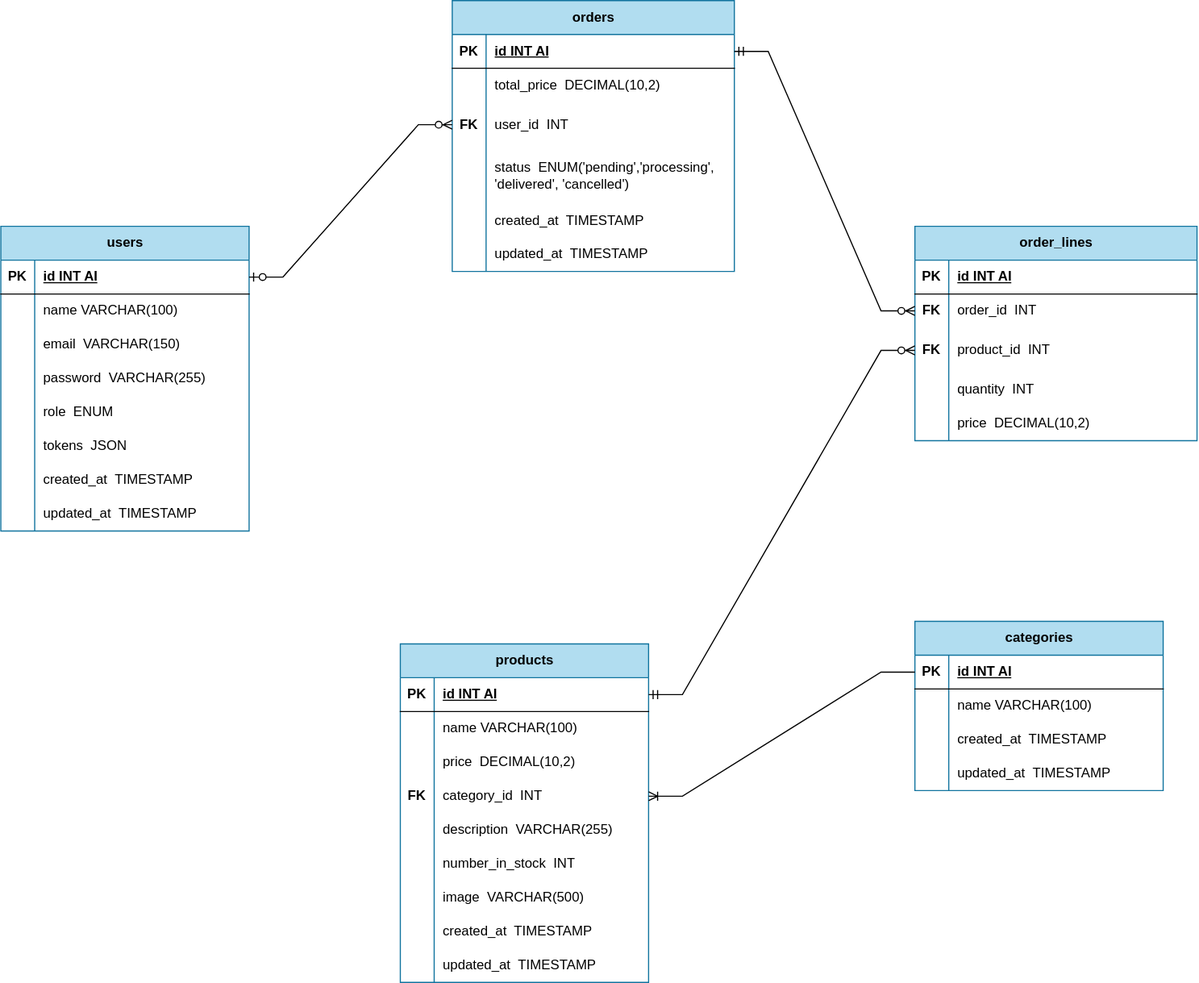
Before: docs/Fashion Store-Database Schema V1.0.drawio.svg, a diagram exported from draw.io (Wahab-Al/Fashion-API). Source tidied: cells renumbered, new cells last; positions are measured from the earlier drawing's top-left corner, leaving out a move shared by most shapes.
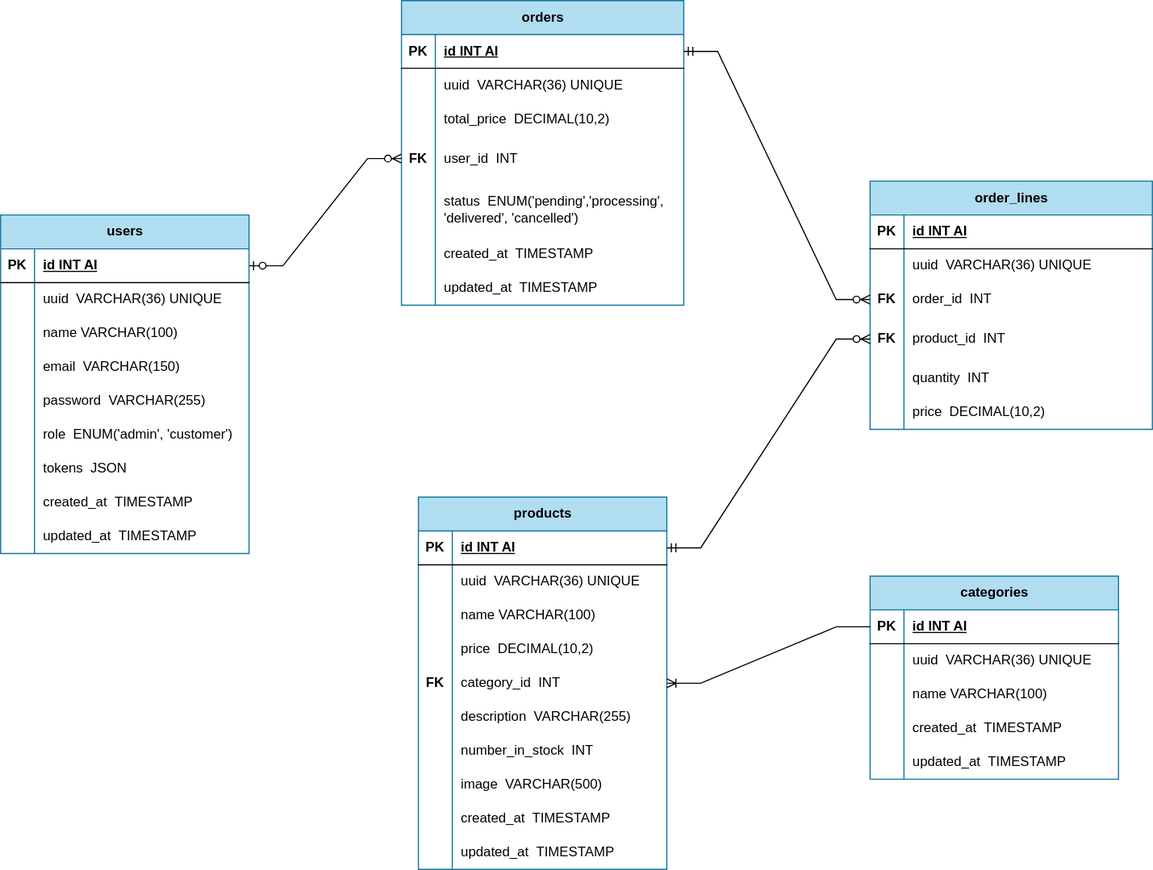
Above is the later version.

Diff of the diagram source:
```diff
@@ -5,3 +5,3 @@
     <mxCell id="2" value="users" style="shape=table;startSize=30;rowLines=0;fontStyle=1;align=center;html=1;fillColor=#b1ddf0;strokeColor=#10739e;" parent="1" vertex="1">
-      <mxGeometry y="200" width="220" height="270" as="geometry" />
+      <mxGeometry x="-260" y="210" width="220" height="300" as="geometry" />
     </mxCell>
@@ -16,4 +16,13 @@
     </mxCell>
+    <mxCell id="107" style="shape=tableRow;horizontal=0;startSize=0;swimlaneHead=0;swimlaneBody=0;fillColor=none;top=0;left=0;right=0;bottom=0;" parent="2" vertex="1">
+      <mxGeometry y="60" width="220" height="30" as="geometry" />
+    </mxCell>
+    <mxCell id="108" style="shape=partialRectangle;fillColor=none;top=0;left=0;bottom=0;right=0;overflow=hidden;whiteSpace=wrap;html=1;" parent="107" vertex="1">
+      <mxGeometry width="30" height="30" as="geometry" />
+    </mxCell>
+    <mxCell id="109" value="uuid&amp;nbsp; VARCHAR(36) UNIQUE" style="shape=partialRectangle;fillColor=none;top=0;left=0;bottom=0;right=0;align=left;spacingLeft=6;overflow=hidden;whiteSpace=wrap;html=1;" parent="107" vertex="1">
+      <mxGeometry x="30" width="190" height="30" as="geometry" />
+    </mxCell>
     <mxCell id="6" style="shape=tableRow;horizontal=0;startSize=0;swimlaneHead=0;swimlaneBody=0;fillColor=none;top=0;left=0;right=0;bottom=0;" parent="2" vertex="1">
-      <mxGeometry y="60" width="220" height="30" as="geometry" />
+      <mxGeometry y="90" width="220" height="30" as="geometry" />
     </mxCell>
@@ -26,3 +35,3 @@
     <mxCell id="9" style="shape=tableRow;horizontal=0;startSize=0;swimlaneHead=0;swimlaneBody=0;fillColor=none;top=0;left=0;right=0;bottom=0;" parent="2" vertex="1">
-      <mxGeometry y="90" width="220" height="30" as="geometry" />
+      <mxGeometry y="120" width="220" height="30" as="geometry" />
     </mxCell>
@@ -35,3 +44,3 @@
     <mxCell id="12" style="shape=tableRow;horizontal=0;startSize=0;swimlaneHead=0;swimlaneBody=0;fillColor=none;top=0;left=0;right=0;bottom=0;" parent="2" vertex="1">
-      <mxGeometry y="120" width="220" height="30" as="geometry" />
+      <mxGeometry y="150" width="220" height="30" as="geometry" />
     </mxCell>
@@ -44,3 +53,3 @@
     <mxCell id="15" style="shape=tableRow;horizontal=0;startSize=0;swimlaneHead=0;swimlaneBody=0;fillColor=none;top=0;left=0;right=0;bottom=0;" parent="2" vertex="1">
-      <mxGeometry y="150" width="220" height="30" as="geometry" />
+      <mxGeometry y="180" width="220" height="30" as="geometry" />
     </mxCell>
@@ -49,3 +58,3 @@
     </mxCell>
-    <mxCell id="17" value="role&amp;nbsp;&amp;nbsp;ENUM" style="shape=partialRectangle;fillColor=none;top=0;left=0;bottom=0;right=0;align=left;spacingLeft=6;overflow=hidden;whiteSpace=wrap;html=1;" parent="15" vertex="1">
+    <mxCell id="17" value="role&amp;nbsp;&amp;nbsp;ENUM('admin', 'customer')" style="shape=partialRectangle;fillColor=none;top=0;left=0;bottom=0;right=0;align=left;spacingLeft=6;overflow=hidden;whiteSpace=wrap;html=1;" parent="15" vertex="1">
       <mxGeometry x="30" width="190" height="30" as="geometry" />
@@ -53,3 +62,3 @@
     <mxCell id="18" style="shape=tableRow;horizontal=0;startSize=0;swimlaneHead=0;swimlaneBody=0;fillColor=none;top=0;left=0;right=0;bottom=0;" parent="2" vertex="1">
-      <mxGeometry y="180" width="220" height="30" as="geometry" />
+      <mxGeometry y="210" width="220" height="30" as="geometry" />
     </mxCell>
@@ -62,3 +71,3 @@
     <mxCell id="21" style="shape=tableRow;horizontal=0;startSize=0;swimlaneHead=0;swimlaneBody=0;fillColor=none;top=0;left=0;right=0;bottom=0;" parent="2" vertex="1">
-      <mxGeometry y="210" width="220" height="30" as="geometry" />
+      <mxGeometry y="240" width="220" height="30" as="geometry" />
     </mxCell>
@@ -71,3 +80,3 @@
     <mxCell id="24" style="shape=tableRow;horizontal=0;startSize=0;swimlaneHead=0;swimlaneBody=0;fillColor=none;top=0;left=0;right=0;bottom=0;" parent="2" vertex="1">
-      <mxGeometry y="240" width="220" height="30" as="geometry" />
+      <mxGeometry y="270" width="220" height="30" as="geometry" />
     </mxCell>
@@ -80,3 +89,3 @@
     <mxCell id="27" value="products" style="shape=table;startSize=30;rowLines=0;fontStyle=1;align=center;html=1;fillColor=#b1ddf0;strokeColor=#10739e;" parent="1" vertex="1">
-      <mxGeometry x="354" y="570" width="220" height="300" as="geometry" />
+      <mxGeometry x="110" y="460" width="220" height="330" as="geometry" />
     </mxCell>
@@ -91,4 +100,13 @@
     </mxCell>
+    <mxCell id="110" style="shape=tableRow;horizontal=0;startSize=0;swimlaneHead=0;swimlaneBody=0;fillColor=none;top=0;left=0;right=0;bottom=0;" parent="27" vertex="1">
+      <mxGeometry y="60" width="220" height="30" as="geometry" />
+    </mxCell>
+    <mxCell id="111" style="shape=partialRectangle;fillColor=none;top=0;left=0;bottom=0;right=0;overflow=hidden;whiteSpace=wrap;html=1;" parent="110" vertex="1">
+      <mxGeometry width="30" height="30" as="geometry" />
+    </mxCell>
+    <mxCell id="112" value="uuid&amp;nbsp; VARCHAR(36) UNIQUE" style="shape=partialRectangle;fillColor=none;top=0;left=0;bottom=0;right=0;align=left;spacingLeft=6;overflow=hidden;whiteSpace=wrap;html=1;" parent="110" vertex="1">
+      <mxGeometry x="30" width="190" height="30" as="geometry" />
+    </mxCell>
     <mxCell id="31" style="shape=tableRow;horizontal=0;startSize=0;swimlaneHead=0;swimlaneBody=0;fillColor=none;top=0;left=0;right=0;bottom=0;" parent="27" vertex="1">
-      <mxGeometry y="60" width="220" height="30" as="geometry" />
+      <mxGeometry y="90" width="220" height="30" as="geometry" />
     </mxCell>
@@ -101,3 +119,3 @@
     <mxCell id="34" style="shape=tableRow;horizontal=0;startSize=0;swimlaneHead=0;swimlaneBody=0;fillColor=none;top=0;left=0;right=0;bottom=0;" parent="27" vertex="1">
-      <mxGeometry y="90" width="220" height="30" as="geometry" />
+      <mxGeometry y="120" width="220" height="30" as="geometry" />
     </mxCell>
@@ -110,3 +128,3 @@
     <mxCell id="37" style="shape=tableRow;horizontal=0;startSize=0;swimlaneHead=0;swimlaneBody=0;fillColor=none;points=[[0,0.5],[1,0.5]];portConstraint=eastwest;top=0;left=0;right=0;bottom=0;" parent="27" vertex="1">
-      <mxGeometry y="120" width="220" height="30" as="geometry" />
+      <mxGeometry y="150" width="220" height="30" as="geometry" />
     </mxCell>
@@ -119,3 +137,3 @@
     <mxCell id="40" style="shape=tableRow;horizontal=0;startSize=0;swimlaneHead=0;swimlaneBody=0;fillColor=none;top=0;left=0;right=0;bottom=0;" parent="27" vertex="1">
-      <mxGeometry y="150" width="220" height="30" as="geometry" />
+      <mxGeometry y="180" width="220" height="30" as="geometry" />
     </mxCell>
@@ -128,3 +146,3 @@
     <mxCell id="43" style="shape=tableRow;horizontal=0;startSize=0;swimlaneHead=0;swimlaneBody=0;fillColor=none;top=0;left=0;right=0;bottom=0;" parent="27" vertex="1">
-      <mxGeometry y="180" width="220" height="30" as="geometry" />
+      <mxGeometry y="210" width="220" height="30" as="geometry" />
     </mxCell>
@@ -137,3 +155,3 @@
     <mxCell id="46" style="shape=tableRow;horizontal=0;startSize=0;swimlaneHead=0;swimlaneBody=0;fillColor=none;top=0;left=0;right=0;bottom=0;" parent="27" vertex="1">
-      <mxGeometry y="210" width="220" height="30" as="geometry" />
+      <mxGeometry y="240" width="220" height="30" as="geometry" />
     </mxCell>
@@ -146,3 +164,3 @@
     <mxCell id="49" style="shape=tableRow;horizontal=0;startSize=0;swimlaneHead=0;swimlaneBody=0;fillColor=none;top=0;left=0;right=0;bottom=0;" parent="27" vertex="1">
-      <mxGeometry y="240" width="220" height="30" as="geometry" />
+      <mxGeometry y="270" width="220" height="30" as="geometry" />
     </mxCell>
@@ -155,3 +173,3 @@
     <mxCell id="52" style="shape=tableRow;horizontal=0;startSize=0;swimlaneHead=0;swimlaneBody=0;fillColor=none;top=0;left=0;right=0;bottom=0;" parent="27" vertex="1">
-      <mxGeometry y="270" width="220" height="30" as="geometry" />
+      <mxGeometry y="300" width="220" height="30" as="geometry" />
     </mxCell>
@@ -164,3 +182,3 @@
     <mxCell id="55" value="categories" style="shape=table;startSize=30;rowLines=0;fontStyle=1;align=center;html=1;fillColor=#b1ddf0;strokeColor=#10739e;" parent="1" vertex="1">
-      <mxGeometry x="810" y="550" width="220" height="150" as="geometry" />
+      <mxGeometry x="510" y="530" width="220" height="180" as="geometry" />
     </mxCell>
@@ -175,4 +193,13 @@
     </mxCell>
+    <mxCell id="113" style="shape=tableRow;horizontal=0;startSize=0;swimlaneHead=0;swimlaneBody=0;fillColor=none;top=0;left=0;right=0;bottom=0;" parent="55" vertex="1">
+      <mxGeometry y="60" width="220" height="30" as="geometry" />
+    </mxCell>
+    <mxCell id="114" style="shape=partialRectangle;fillColor=none;top=0;left=0;bottom=0;right=0;overflow=hidden;whiteSpace=wrap;html=1;" parent="113" vertex="1">
+      <mxGeometry width="30" height="30" as="geometry" />
+    </mxCell>
+    <mxCell id="115" value="uuid&amp;nbsp; VARCHAR(36) UNIQUE" style="shape=partialRectangle;fillColor=none;top=0;left=0;bottom=0;right=0;align=left;spacingLeft=6;overflow=hidden;whiteSpace=wrap;html=1;" parent="113" vertex="1">
+      <mxGeometry x="30" width="190" height="30" as="geometry" />
+    </mxCell>
     <mxCell id="59" style="shape=tableRow;horizontal=0;startSize=0;swimlaneHead=0;swimlaneBody=0;fillColor=none;top=0;left=0;right=0;bottom=0;" parent="55" vertex="1">
-      <mxGeometry y="60" width="220" height="30" as="geometry" />
+      <mxGeometry y="90" width="220" height="30" as="geometry" />
     </mxCell>
@@ -185,3 +212,3 @@
     <mxCell id="62" style="shape=tableRow;horizontal=0;startSize=0;swimlaneHead=0;swimlaneBody=0;fillColor=none;top=0;left=0;right=0;bottom=0;" parent="55" vertex="1">
-      <mxGeometry y="90" width="220" height="30" as="geometry" />
+      <mxGeometry y="120" width="220" height="30" as="geometry" />
     </mxCell>
@@ -194,3 +221,3 @@
     <mxCell id="65" style="shape=tableRow;horizontal=0;startSize=0;swimlaneHead=0;swimlaneBody=0;fillColor=none;top=0;left=0;right=0;bottom=0;" parent="55" vertex="1">
-      <mxGeometry y="120" width="220" height="30" as="geometry" />
+      <mxGeometry y="150" width="220" height="30" as="geometry" />
     </mxCell>
@@ -203,3 +230,3 @@
     <mxCell id="68" value="orders" style="shape=table;startSize=30;rowLines=0;fontStyle=1;align=center;html=1;fillColor=#b1ddf0;strokeColor=#10739e;" parent="1" vertex="1">
-      <mxGeometry x="400" width="250" height="240" as="geometry" />
+      <mxGeometry x="95" y="20" width="250" height="270" as="geometry" />
     </mxCell>
@@ -214,4 +241,13 @@
     </mxCell>
+    <mxCell id="116" style="shape=tableRow;horizontal=0;startSize=0;swimlaneHead=0;swimlaneBody=0;fillColor=none;top=0;left=0;right=0;bottom=0;" parent="68" vertex="1">
+      <mxGeometry y="60" width="250" height="30" as="geometry" />
+    </mxCell>
+    <mxCell id="117" style="shape=partialRectangle;fillColor=none;top=0;left=0;bottom=0;right=0;overflow=hidden;whiteSpace=wrap;html=1;" parent="116" vertex="1">
+      <mxGeometry width="30" height="30" as="geometry" />
+    </mxCell>
+    <mxCell id="118" value="uuid&amp;nbsp; VARCHAR(36) UNIQUE" style="shape=partialRectangle;fillColor=none;top=0;left=0;bottom=0;right=0;align=left;spacingLeft=6;overflow=hidden;whiteSpace=wrap;html=1;" parent="116" vertex="1">
+      <mxGeometry x="30" width="220" height="30" as="geometry" />
+    </mxCell>
     <mxCell id="72" style="shape=tableRow;horizontal=0;startSize=0;swimlaneHead=0;swimlaneBody=0;fillColor=none;top=0;left=0;right=0;bottom=0;" parent="68" vertex="1">
-      <mxGeometry y="60" width="250" height="30" as="geometry" />
+      <mxGeometry y="90" width="250" height="30" as="geometry" />
     </mxCell>
@@ -224,3 +260,3 @@
     <mxCell id="75" style="shape=tableRow;horizontal=0;startSize=0;swimlaneHead=0;swimlaneBody=0;fillColor=none;points=[[0,0.5],[1,0.5]];portConstraint=eastwest;top=0;left=0;right=0;bottom=0;" parent="68" vertex="1">
-      <mxGeometry y="90" width="250" height="40" as="geometry" />
+      <mxGeometry y="120" width="250" height="40" as="geometry" />
     </mxCell>
@@ -233,3 +269,3 @@
     <mxCell id="78" style="shape=tableRow;horizontal=0;startSize=0;swimlaneHead=0;swimlaneBody=0;fillColor=none;top=0;left=0;right=0;bottom=0;" parent="68" vertex="1">
-      <mxGeometry y="130" width="250" height="50" as="geometry" />
+      <mxGeometry y="160" width="250" height="50" as="geometry" />
     </mxCell>
@@ -242,3 +278,3 @@
     <mxCell id="81" style="shape=tableRow;horizontal=0;startSize=0;swimlaneHead=0;swimlaneBody=0;fillColor=none;top=0;left=0;right=0;bottom=0;" parent="68" vertex="1">
-      <mxGeometry y="180" width="250" height="30" as="geometry" />
+      <mxGeometry y="210" width="250" height="30" as="geometry" />
     </mxCell>
@@ -251,3 +287,3 @@
     <mxCell id="84" style="shape=tableRow;horizontal=0;startSize=0;swimlaneHead=0;swimlaneBody=0;fillColor=none;top=0;left=0;right=0;bottom=0;" parent="68" vertex="1">
-      <mxGeometry y="210" width="250" height="30" as="geometry" />
+      <mxGeometry y="240" width="250" height="30" as="geometry" />
     </mxCell>
@@ -260,3 +296,3 @@
     <mxCell id="87" value="order_lines" style="shape=table;startSize=30;rowLines=0;fontStyle=1;align=center;html=1;fillColor=#b1ddf0;strokeColor=#10739e;" parent="1" vertex="1">
-      <mxGeometry x="810" y="200" width="250" height="190" as="geometry" />
+      <mxGeometry x="510" y="180" width="250" height="220" as="geometry" />
     </mxCell>
@@ -271,4 +307,13 @@
     </mxCell>
+    <mxCell id="119" style="shape=tableRow;horizontal=0;startSize=0;swimlaneHead=0;swimlaneBody=0;fillColor=none;top=0;left=0;right=0;bottom=0;" parent="87" vertex="1">
+      <mxGeometry y="60" width="250" height="30" as="geometry" />
+    </mxCell>
+    <mxCell id="120" style="shape=partialRectangle;fillColor=none;top=0;left=0;bottom=0;right=0;overflow=hidden;whiteSpace=wrap;html=1;" parent="119" vertex="1">
+      <mxGeometry width="30" height="30" as="geometry" />
+    </mxCell>
+    <mxCell id="121" value="uuid&amp;nbsp; VARCHAR(36) UNIQUE" style="shape=partialRectangle;fillColor=none;top=0;left=0;bottom=0;right=0;align=left;spacingLeft=6;overflow=hidden;whiteSpace=wrap;html=1;" parent="119" vertex="1">
+      <mxGeometry x="30" width="220" height="30" as="geometry" />
+    </mxCell>
     <mxCell id="91" style="shape=tableRow;horizontal=0;startSize=0;swimlaneHead=0;swimlaneBody=0;fillColor=none;points=[[0,0.5],[1,0.5]];portConstraint=eastwest;top=0;left=0;right=0;bottom=0;" parent="87" vertex="1">
-      <mxGeometry y="60" width="250" height="30" as="geometry" />
+      <mxGeometry y="90" width="250" height="30" as="geometry" />
     </mxCell>
@@ -281,3 +326,3 @@
     <mxCell id="94" style="shape=tableRow;horizontal=0;startSize=0;swimlaneHead=0;swimlaneBody=0;fillColor=none;points=[[0,0.5],[1,0.5]];portConstraint=eastwest;top=0;left=0;right=0;bottom=0;" parent="87" vertex="1">
-      <mxGeometry y="90" width="250" height="40" as="geometry" />
+      <mxGeometry y="120" width="250" height="40" as="geometry" />
     </mxCell>
@@ -290,3 +335,3 @@
     <mxCell id="97" style="shape=tableRow;horizontal=0;startSize=0;swimlaneHead=0;swimlaneBody=0;fillColor=none;top=0;left=0;right=0;bottom=0;" parent="87" vertex="1">
-      <mxGeometry y="130" width="250" height="30" as="geometry" />
+      <mxGeometry y="160" width="250" height="30" as="geometry" />
     </mxCell>
@@ -299,3 +344,3 @@
     <mxCell id="100" style="shape=tableRow;horizontal=0;startSize=0;swimlaneHead=0;swimlaneBody=0;fillColor=none;top=0;left=0;right=0;bottom=0;" parent="87" vertex="1">
-      <mxGeometry y="160" width="250" height="30" as="geometry" />
+      <mxGeometry y="190" width="250" height="30" as="geometry" />
     </mxCell>
```
